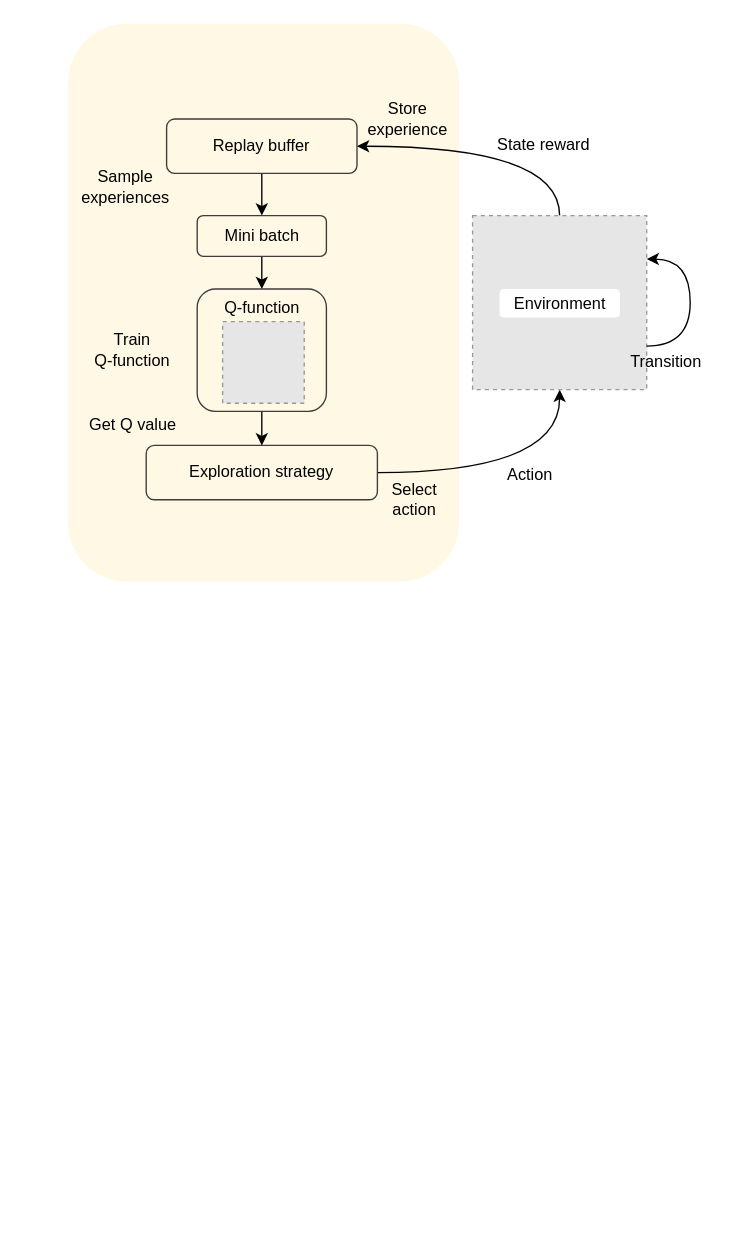
This is DQN.drawio from ariesharry/SLR-Production-Scheduling, a draw.io file, before an edit. Source tidied: cells renumbered, new cells numbered last; positions are measured from the earlier drawing's top-left corner, leaving out a move shared by most shapes. Both pictures are drawn from the tidied source at 136%, with x=0, y=0 at pixel (67, 23). Pictures stored in the file or linked from it are replaced by grey dashed boxes.
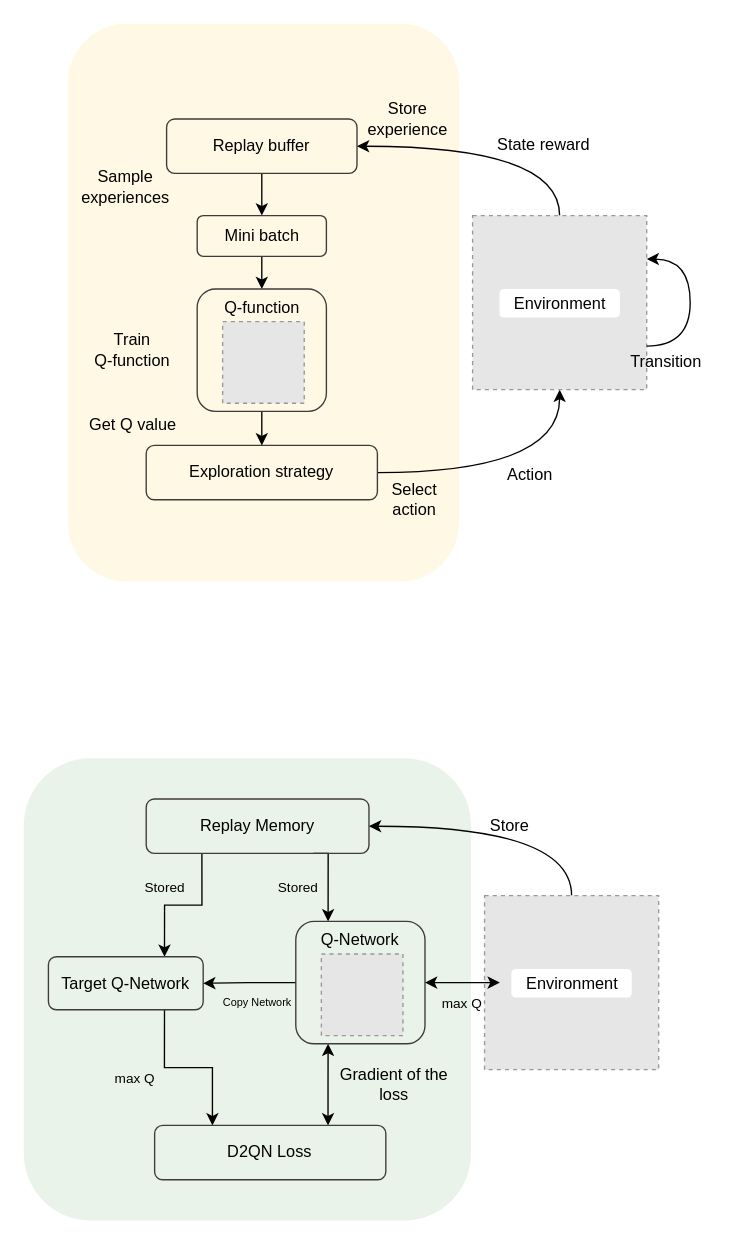
The same page after the edit.

What changed in the source:
```diff
@@
+    <mxCell id="24" style="rounded=1;whiteSpace=wrap;html=1;fillColor=#d5e8d4;strokeColor=none;opacity=50;" parent="1" vertex="1">
+      <mxGeometry x="-32" y="540" width="328.8" height="340" as="geometry" />
+    </mxCell>
+    <mxCell id="25" style="edgeStyle=orthogonalEdgeStyle;rounded=0;jettySize=auto;html=1;exitX=0.75;exitY=1;exitDx=0;exitDy=0;entryX=0.25;entryY=0;entryDx=0;entryDy=0;" parent="1" edge="1" source="27" target="35">
+      <mxGeometry relative="1" as="geometry">
+        <Array as="points">
+          <mxPoint x="192" y="610" />
+        </Array>
+      </mxGeometry>
+    </mxCell>
+    <mxCell id="26" style="edgeStyle=orthogonalEdgeStyle;rounded=0;jettySize=auto;html=1;exitX=0.25;exitY=1;exitDx=0;exitDy=0;entryX=0.75;entryY=0;entryDx=0;entryDy=0;" parent="1" edge="1" source="27" target="29">
+      <mxGeometry relative="1" as="geometry" />
+    </mxCell>
+    <mxCell id="27" value="Replay Memory" style="rounded=1;whiteSpace=wrap;html=1;fillColor=none;strokeColor=#3f3b3b;" parent="1" vertex="1">
+      <mxGeometry x="58" y="570" width="163.8" height="40" as="geometry" />
+    </mxCell>
+    <mxCell id="28" style="edgeStyle=orthogonalEdgeStyle;rounded=0;jettySize=auto;html=1;exitX=0.75;exitY=1;exitDx=0;exitDy=0;entryX=0.25;entryY=0;entryDx=0;entryDy=0;" parent="1" edge="1" source="29" target="31">
+      <mxGeometry relative="1" as="geometry" />
+    </mxCell>
+    <mxCell id="29" value="Target Q-Network" style="rounded=1;whiteSpace=wrap;html=1;fillColor=none;strokeColor=#3f3b3b;" parent="1" vertex="1">
+      <mxGeometry x="-13.9" y="686" width="113.8" height="39" as="geometry" />
+    </mxCell>
+    <mxCell id="30" style="edgeStyle=orthogonalEdgeStyle;rounded=0;jettySize=auto;html=1;exitX=0.75;exitY=0;exitDx=0;exitDy=0;entryX=0.25;entryY=1;entryDx=0;entryDy=0;startArrow=classic;startFill=1;" parent="1" edge="1" source="31" target="35">
+      <mxGeometry relative="1" as="geometry" />
+    </mxCell>
+    <mxCell id="31" value="D2QN Loss" style="rounded=1;whiteSpace=wrap;html=1;fillColor=none;strokeColor=#3f3b3b;" parent="1" vertex="1">
+      <mxGeometry x="64.2" y="810" width="170" height="40" as="geometry" />
+    </mxCell>
+    <mxCell id="32" style="edgeStyle=orthogonalEdgeStyle;rounded=0;jettySize=auto;html=1;exitX=0.5;exitY=0;exitDx=0;exitDy=0;entryX=1;entryY=0.5;entryDx=0;entryDy=0;curved=1;" parent="1" edge="1" source="33" target="27">
+      <mxGeometry relative="1" as="geometry" />
+    </mxCell>
+    <mxCell id="33" style="fillColor=#E6E6E6;strokeColor=#999999;dashed=1;html=1;verticalAlign=top;verticalLabelPosition=bottom;labelBackgroundColor=#ffffff;" parent="1" vertex="1">
+      <mxGeometry x="306.8" y="641" width="128" height="128" as="geometry" />
+    </mxCell>
+    <mxCell id="34" style="edgeStyle=orthogonalEdgeStyle;rounded=0;jettySize=auto;html=1;exitX=0;exitY=0.5;exitDx=0;exitDy=0;entryX=1;entryY=0.5;entryDx=0;entryDy=0;" parent="1" edge="1" source="35" target="29">
+      <mxGeometry relative="1" as="geometry" />
+    </mxCell>
+    <mxCell id="35" value="Q-Network" style="rounded=1;whiteSpace=wrap;html=1;fillColor=none;strokeColor=#3f3b3b;verticalAlign=top;" parent="1" vertex="1">
+      <mxGeometry x="168" y="660" width="95" height="90" as="geometry" />
+    </mxCell>
+    <mxCell id="36" style="fillColor=#E6E6E6;strokeColor=#999999;dashed=1;verticalLabelPosition=bottom;labelBackgroundColor=default;verticalAlign=top;" parent="1" vertex="1">
+      <mxGeometry x="186.8" y="684" width="60" height="60" as="geometry" />
+    </mxCell>
+    <mxCell id="37" value="Gradient of the loss" style="text;html=1;align=center;verticalAlign=middle;whiteSpace=wrap;rounded=0;" parent="1" vertex="1">
+      <mxGeometry x="198" y="760" width="85" height="40" as="geometry" />
+    </mxCell>
+    <mxCell id="38" value="Store" style="text;html=1;align=center;verticalAlign=middle;whiteSpace=wrap;rounded=0;" parent="1" vertex="1">
+      <mxGeometry x="288" y="580" width="75" height="20" as="geometry" />
+    </mxCell>
+    <mxCell id="39" value="max Q" style="text;html=1;align=center;verticalAlign=middle;whiteSpace=wrap;rounded=0;fontSize=10;" parent="1" vertex="1">
+      <mxGeometry x="263" y="710" width="55" height="20.5" as="geometry" />
+    </mxCell>
+    <mxCell id="40" value="Environment" style="text;html=1;align=center;verticalAlign=middle;whiteSpace=wrap;rounded=1;fillColor=default;gradientColor=none;strokeColor=none;shadow=0;textShadow=0;glass=0;" parent="1" vertex="1">
+      <mxGeometry x="326.5" y="695" width="88.5" height="21" as="geometry" />
+    </mxCell>
+    <mxCell id="41" style="endArrow=classic;startArrow=classic;html=1;rounded=0;exitX=1;exitY=0.5;exitDx=0;exitDy=0;" parent="1" edge="1" source="35">
+      <mxGeometry relative="1" as="geometry">
+        <mxPoint x="318" y="705" as="targetPoint" />
+      </mxGeometry>
+    </mxCell>
+    <mxCell id="42" value="Copy Network" style="text;html=1;align=center;verticalAlign=middle;whiteSpace=wrap;rounded=0;fontSize=8;" parent="1" vertex="1">
+      <mxGeometry x="111.8" y="705.2" width="56.2" height="30" as="geometry" />
+    </mxCell>
+    <mxCell id="43" value="&lt;span style=&quot;font-size: 10px;&quot;&gt;max Q&lt;/span&gt;" style="text;html=1;align=center;verticalAlign=middle;whiteSpace=wrap;rounded=0;fontSize=10;" parent="1" vertex="1">
+      <mxGeometry x="21.8" y="760" width="56.2" height="30" as="geometry" />
+    </mxCell>
+    <mxCell id="44" value="&lt;span style=&quot;font-size: 10px;&quot;&gt;Stored&lt;/span&gt;" style="text;html=1;align=center;verticalAlign=middle;whiteSpace=wrap;rounded=0;fontSize=10;" parent="1" vertex="1">
+      <mxGeometry x="43.6" y="620" width="56.2" height="30" as="geometry" />
+    </mxCell>
+    <mxCell id="45" value="&lt;span style=&quot;font-size: 10px;&quot;&gt;Stored&lt;/span&gt;" style="text;html=1;align=center;verticalAlign=middle;whiteSpace=wrap;rounded=0;fontSize=10;" parent="1" vertex="1">
+      <mxGeometry x="141.8" y="620" width="56.2" height="30" as="geometry" />
+    </mxCell>
```
